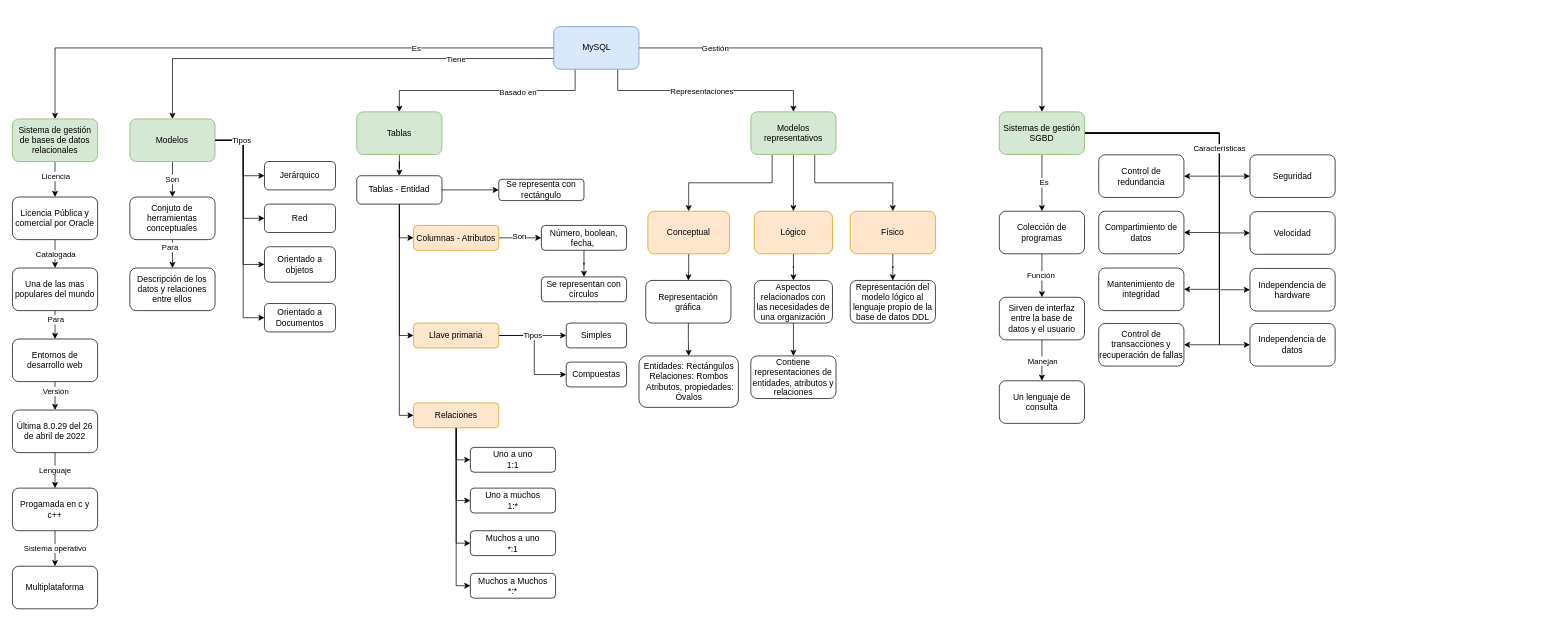
This is MySql.drawio from selobu/diagramas, a draw.io file, before an edit. Source tidied: cells renumbered, new cells numbered last; positions are measured from the earlier drawing's top-left corner, leaving out a move shared by most shapes. Both pictures are drawn from the tidied source at 71%, with x=0, y=0 at pixel (12, 26).
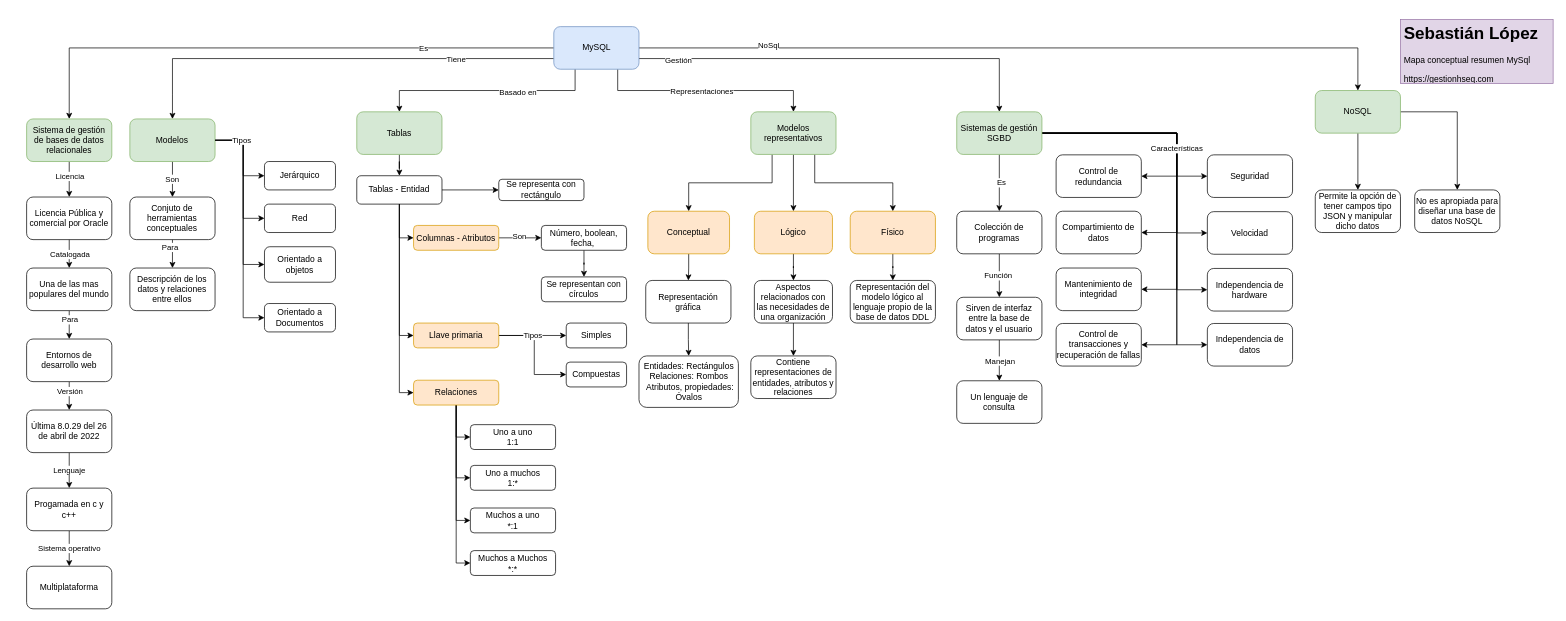
After the change.

The change refers to these unchanged cells:
```xml
<mxCell id="13" value="MySQL" style="rounded=1;whiteSpace=wrap;html=1;fillColor=#dae8fc;strokeColor=#6c8ebf;" parent="1" vertex="1">
  <mxGeometry x="762.5" width="120" height="60" as="geometry" />
</mxCell>
```

What changed in the source:
```diff
@@
-    <mxCell id="11" style="edgeStyle=orthogonalEdgeStyle;rounded=0;jettySize=auto;html=1;" parent="1" edge="1" source="13" target="99">
+    <mxCell id="11" style="edgeStyle=orthogonalEdgeStyle;rounded=0;jettySize=auto;html=1;exitX=1;exitY=0.75;exitDx=0;exitDy=0;entryX=0.5;entryY=0;entryDx=0;entryDy=0;" parent="1" edge="1" source="13" target="99">
       <mxGeometry relative="1" as="geometry" />
     </mxCell>
     <mxCell id="12" value="Gestión" style="edgeLabel;html=1;align=center;verticalAlign=middle;" parent="11" vertex="1">
-      <mxGeometry x="0.43" y="3" relative="1" as="geometry">
-        <mxPoint x="-363" y="3" as="offset" />
-      </mxGeometry>
+      <mxGeometry x="-0.81" y="-2" relative="1" as="geometry" />
     </mxCell>
+    <mxCell id="114" style="edgeStyle=orthogonalEdgeStyle;rounded=0;jettySize=auto;html=1;entryX=0.5;entryY=0;entryDx=0;entryDy=0;" parent="1" edge="1" source="13" target="118">
+      <mxGeometry relative="1" as="geometry" />
+    </mxCell>
+    <mxCell id="115" value="NoSql" style="edgeLabel;html=1;align=center;verticalAlign=middle;" parent="114" vertex="1">
+      <mxGeometry x="-0.66" y="5" relative="1" as="geometry" />
+    </mxCell>
@@
     <mxCell id="22" value="Sistema de gestión de bases de datos relacionales" style="rounded=1;whiteSpace=wrap;html=1;fillColor=#d5e8d4;strokeColor=#82b366;" parent="1" vertex="1">
-      <mxGeometry y="130" width="120" height="60" as="geometry" />
+      <mxGeometry x="20" y="130" width="120" height="60" as="geometry" />
     </mxCell>
     <mxCell id="23" value="Licencia Pública y comercial por Oracle" style="rounded=1;whiteSpace=wrap;html=1;" parent="1" vertex="1">
-      <mxGeometry y="240" width="120" height="60" as="geometry" />
+      <mxGeometry x="20" y="240" width="120" height="60" as="geometry" />
     </mxCell>
     <mxCell id="24" value="Una de las mas populares del mundo" style="rounded=1;whiteSpace=wrap;html=1;" parent="1" vertex="1">
-      <mxGeometry y="340" width="120" height="60" as="geometry" />
+      <mxGeometry x="20" y="340" width="120" height="60" as="geometry" />
     </mxCell>
     <mxCell id="25" value="Entornos de desarrollo web" style="rounded=1;whiteSpace=wrap;html=1;" parent="1" vertex="1">
-      <mxGeometry y="440" width="120" height="60" as="geometry" />
+      <mxGeometry x="20" y="440" width="120" height="60" as="geometry" />
     </mxCell>
@@
     <mxCell id="27" value="Última 8.0.29 del 26 de abril de 2022" style="rounded=1;whiteSpace=wrap;html=1;" parent="1" vertex="1">
-      <mxGeometry y="540" width="120" height="60" as="geometry" />
+      <mxGeometry x="20" y="540" width="120" height="60" as="geometry" />
     </mxCell>
@@
     <mxCell id="29" value="Progamada en c y c++" style="rounded=1;whiteSpace=wrap;html=1;" parent="1" vertex="1">
-      <mxGeometry y="650" width="120" height="60" as="geometry" />
+      <mxGeometry x="20" y="650" width="120" height="60" as="geometry" />
     </mxCell>
     <mxCell id="30" value="Multiplataforma" style="rounded=1;whiteSpace=wrap;html=1;" parent="1" vertex="1">
-      <mxGeometry y="760" width="120" height="60" as="geometry" />
+      <mxGeometry x="20" y="760" width="120" height="60" as="geometry" />
     </mxCell>
@@
     <mxCell id="61" value="Relaciones" style="rounded=1;whiteSpace=wrap;html=1;fillColor=#ffe6cc;strokeColor=#d79b00;" parent="1" vertex="1">
-      <mxGeometry x="565" y="530" width="120" height="35" as="geometry" />
+      <mxGeometry x="565" y="498" width="120" height="35" as="geometry" />
     </mxCell>
@@
     <mxCell id="64" value="Uno a uno&lt;br&gt;1:1" style="rounded=1;whiteSpace=wrap;html=1;" parent="1" vertex="1">
-      <mxGeometry x="645" y="592.6" width="120" height="35" as="geometry" />
+      <mxGeometry x="645" y="560.6" width="120" height="35" as="geometry" />
     </mxCell>
     <mxCell id="65" value="Uno a muchos&lt;br&gt;1:*" style="rounded=1;whiteSpace=wrap;html=1;" parent="1" vertex="1">
-      <mxGeometry x="645" y="650" width="120" height="35" as="geometry" />
+      <mxGeometry x="645" y="618" width="120" height="35" as="geometry" />
     </mxCell>
     <mxCell id="66" value="Muchos a uno&lt;br&gt;*:1" style="rounded=1;whiteSpace=wrap;html=1;" parent="1" vertex="1">
-      <mxGeometry x="645" y="710" width="120" height="35" as="geometry" />
+      <mxGeometry x="645" y="678" width="120" height="35" as="geometry" />
     </mxCell>
@@
     <mxCell id="71" value="Muchos a Muchos&lt;br&gt;*:*" style="rounded=1;whiteSpace=wrap;html=1;" parent="1" vertex="1">
-      <mxGeometry x="645" y="770" width="120" height="35" as="geometry" />
+      <mxGeometry x="645" y="738" width="120" height="35" as="geometry" />
     </mxCell>
@@
     <mxCell id="91" style="edgeStyle=orthogonalEdgeStyle;rounded=0;jettySize=auto;html=1;exitX=1;exitY=0.5;exitDx=0;exitDy=0;entryX=1;entryY=0.5;entryDx=0;entryDy=0;" parent="1" edge="1" source="99" target="109">
       <mxGeometry relative="1" as="geometry">
         <Array as="points">
-          <mxPoint x="1700" y="150" />
-          <mxPoint x="1700" y="290" />
+          <mxPoint x="1640" y="150" />
+          <mxPoint x="1640" y="290" />
         </Array>
       </mxGeometry>
     </mxCell>
     <mxCell id="92" style="edgeStyle=orthogonalEdgeStyle;rounded=0;jettySize=auto;html=1;exitX=1;exitY=0.5;exitDx=0;exitDy=0;entryX=1;entryY=0.5;entryDx=0;entryDy=0;" parent="1" edge="1" source="99" target="108">
       <mxGeometry relative="1" as="geometry">
         <Array as="points">
-          <mxPoint x="1700" y="150" />
-          <mxPoint x="1700" y="370" />
+          <mxPoint x="1640" y="150" />
+          <mxPoint x="1640" y="370" />
         </Array>
       </mxGeometry>
     </mxCell>
     <mxCell id="93" style="edgeStyle=orthogonalEdgeStyle;rounded=0;jettySize=auto;html=1;exitX=1;exitY=0.5;exitDx=0;exitDy=0;entryX=1;entryY=0.5;entryDx=0;entryDy=0;" parent="1" edge="1" source="99" target="107">
       <mxGeometry relative="1" as="geometry">
         <Array as="points">
-          <mxPoint x="1700" y="150" />
-          <mxPoint x="1700" y="448" />
+          <mxPoint x="1640" y="150" />
+          <mxPoint x="1640" y="448" />
         </Array>
       </mxGeometry>
     </mxCell>
     <mxCell id="94" style="edgeStyle=orthogonalEdgeStyle;rounded=0;jettySize=auto;html=1;exitX=1;exitY=0.5;exitDx=0;exitDy=0;entryX=1;entryY=0.5;entryDx=0;entryDy=0;" parent="1" edge="1" source="99" target="106">
       <mxGeometry relative="1" as="geometry">
         <Array as="points">
-          <mxPoint x="1700" y="150" />
-          <mxPoint x="1700" y="211" />
+          <mxPoint x="1640" y="150" />
+          <mxPoint x="1640" y="211" />
         </Array>
       </mxGeometry>
     </mxCell>
     <mxCell id="95" style="edgeStyle=orthogonalEdgeStyle;rounded=0;jettySize=auto;html=1;exitX=1;exitY=0.5;exitDx=0;exitDy=0;entryX=0;entryY=0.5;entryDx=0;entryDy=0;" parent="1" edge="1" source="99" target="111">
       <mxGeometry relative="1" as="geometry">
         <Array as="points">
-          <mxPoint x="1700" y="150" />
-          <mxPoint x="1700" y="211" />
+          <mxPoint x="1640" y="150" />
+          <mxPoint x="1640" y="211" />
         </Array>
       </mxGeometry>
     </mxCell>
     <mxCell id="96" style="edgeStyle=orthogonalEdgeStyle;rounded=0;jettySize=auto;html=1;exitX=1;exitY=0.5;exitDx=0;exitDy=0;entryX=0;entryY=0.5;entryDx=0;entryDy=0;" parent="1" edge="1" source="99" target="112">
       <mxGeometry relative="1" as="geometry">
         <Array as="points">
-          <mxPoint x="1700" y="150" />
-          <mxPoint x="1700" y="291" />
+          <mxPoint x="1640" y="150" />
+          <mxPoint x="1640" y="291" />
         </Array>
       </mxGeometry>
     </mxCell>
     <mxCell id="97" style="edgeStyle=orthogonalEdgeStyle;rounded=0;jettySize=auto;html=1;exitX=1;exitY=0.5;exitDx=0;exitDy=0;entryX=0;entryY=0.5;entryDx=0;entryDy=0;" parent="1" edge="1" source="99" target="113">
       <mxGeometry relative="1" as="geometry">
         <Array as="points">
-          <mxPoint x="1700" y="150" />
-          <mxPoint x="1700" y="371" />
+          <mxPoint x="1640" y="150" />
+          <mxPoint x="1640" y="371" />
         </Array>
       </mxGeometry>
     </mxCell>
     <mxCell id="98" value="Características" style="edgeStyle=orthogonalEdgeStyle;rounded=0;jettySize=auto;html=1;exitX=1;exitY=0.5;exitDx=0;exitDy=0;entryX=0;entryY=0.5;entryDx=0;entryDy=0;" parent="1" edge="1" source="99" target="110">
       <mxGeometry x="-0.2" relative="1" as="geometry">
         <Array as="points">
-          <mxPoint x="1700" y="150" />
-          <mxPoint x="1700" y="448" />
+          <mxPoint x="1640" y="150" />
+          <mxPoint x="1640" y="448" />
         </Array>
       </mxGeometry>
     </mxCell>
     <mxCell id="99" value="Sistemas de gestión&lt;br&gt;SGBD" style="rounded=1;whiteSpace=wrap;html=1;fillColor=#d5e8d4;strokeColor=#82b366;" parent="1" vertex="1">
-      <mxGeometry x="1390" y="120" width="120" height="60" as="geometry" />
+      <mxGeometry x="1330" y="120" width="120" height="60" as="geometry" />
     </mxCell>
@@
     <mxCell id="101" value="Colección de programas" style="rounded=1;whiteSpace=wrap;html=1;" parent="1" vertex="1">
-      <mxGeometry x="1390" y="260" width="120" height="60" as="geometry" />
+      <mxGeometry x="1330" y="260" width="120" height="60" as="geometry" />
     </mxCell>
@@
     <mxCell id="104" value="Sirven de interfaz entre la base de datos y el usuario" style="whiteSpace=wrap;html=1;rounded=1;" parent="1" vertex="1">
-      <mxGeometry x="1390" y="381.2" width="120" height="60" as="geometry" />
+      <mxGeometry x="1330" y="381.2" width="120" height="60" as="geometry" />
     </mxCell>
     <mxCell id="105" value="Un lenguaje de consulta" style="whiteSpace=wrap;html=1;rounded=1;" parent="1" vertex="1">
-      <mxGeometry x="1390" y="498.8" width="120" height="60" as="geometry" />
+      <mxGeometry x="1330" y="498.8" width="120" height="60" as="geometry" />
     </mxCell>
     <mxCell id="106" value="Control de redundancia" style="rounded=1;whiteSpace=wrap;html=1;" parent="1" vertex="1">
-      <mxGeometry x="1530" y="180.6" width="120" height="60" as="geometry" />
+      <mxGeometry x="1470" y="180.6" width="120" height="60" as="geometry" />
     </mxCell>
     <mxCell id="107" value="Control de transacciones y recuperación de fallas" style="rounded=1;whiteSpace=wrap;html=1;" parent="1" vertex="1">
-      <mxGeometry x="1530" y="418.1" width="120" height="60" as="geometry" />
+      <mxGeometry x="1470" y="418.1" width="120" height="60" as="geometry" />
     </mxCell>
     <mxCell id="108" value="Mantenimiento de integridad" style="rounded=1;whiteSpace=wrap;html=1;" parent="1" vertex="1">
-      <mxGeometry x="1530" y="340" width="120" height="60" as="geometry" />
+      <mxGeometry x="1470" y="340" width="120" height="60" as="geometry" />
     </mxCell>
     <mxCell id="109" value="Compartimiento de datos" style="rounded=1;whiteSpace=wrap;html=1;" parent="1" vertex="1">
-      <mxGeometry x="1530" y="260" width="120" height="60" as="geometry" />
+      <mxGeometry x="1470" y="260" width="120" height="60" as="geometry" />
     </mxCell>
     <mxCell id="110" value="Independencia de datos" style="rounded=1;whiteSpace=wrap;html=1;" parent="1" vertex="1">
-      <mxGeometry x="1743" y="418.1" width="120" height="60" as="geometry" />
+      <mxGeometry x="1683" y="418.1" width="120" height="60" as="geometry" />
     </mxCell>
     <mxCell id="111" value="Seguridad" style="rounded=1;whiteSpace=wrap;html=1;" parent="1" vertex="1">
-      <mxGeometry x="1743" y="180.6" width="120" height="60" as="geometry" />
+      <mxGeometry x="1683" y="180.6" width="120" height="60" as="geometry" />
     </mxCell>
     <mxCell id="112" value="Velocidad" style="rounded=1;whiteSpace=wrap;html=1;" parent="1" vertex="1">
-      <mxGeometry x="1743" y="260.6" width="120" height="60" as="geometry" />
+      <mxGeometry x="1683" y="260.6" width="120" height="60" as="geometry" />
     </mxCell>
     <mxCell id="113" value="Independencia de hardware" style="rounded=1;whiteSpace=wrap;html=1;" parent="1" vertex="1">
-      <mxGeometry x="1743" y="340.6" width="120" height="60" as="geometry" />
+      <mxGeometry x="1683" y="340.6" width="120" height="60" as="geometry" />
     </mxCell>
+    <mxCell id="116" style="edgeStyle=orthogonalEdgeStyle;rounded=0;jettySize=auto;html=1;" parent="1" edge="1" source="118" target="119">
+      <mxGeometry relative="1" as="geometry" />
+    </mxCell>
+    <mxCell id="117" style="edgeStyle=orthogonalEdgeStyle;rounded=0;jettySize=auto;html=1;" parent="1" edge="1" source="118" target="120">
+      <mxGeometry relative="1" as="geometry" />
+    </mxCell>
+    <mxCell id="118" value="NoSQL" style="whiteSpace=wrap;html=1;rounded=1;fillColor=#d5e8d4;strokeColor=#82b366;" parent="1" vertex="1">
+      <mxGeometry x="1835" y="90" width="120" height="60" as="geometry" />
+    </mxCell>
+    <mxCell id="119" value="Permite la opción de tener campos tipo JSON y manipular dicho datos" style="whiteSpace=wrap;html=1;rounded=1;" parent="1" vertex="1">
+      <mxGeometry x="1835" y="230" width="120" height="60" as="geometry" />
+    </mxCell>
+    <mxCell id="120" value="No es apropiada para diseñar una base de datos NoSQL" style="whiteSpace=wrap;html=1;rounded=1;" parent="1" vertex="1">
+      <mxGeometry x="1975" y="230" width="120" height="60" as="geometry" />
+    </mxCell>
+    <mxCell id="121" value="&lt;h1&gt;Sebastián López&lt;/h1&gt;&lt;p&gt;Mapa conceptual resumen MySql&lt;/p&gt;&lt;p&gt;https://gestionhseq.com&lt;/p&gt;" style="text;html=1;strokeColor=#9673a6;fillColor=#e1d5e7;spacing=5;spacingTop=-20;whiteSpace=wrap;overflow=hidden;rounded=0;" parent="1" vertex="1">
+      <mxGeometry x="1955" y="-10" width="215" height="90" as="geometry" />
+    </mxCell>
```
